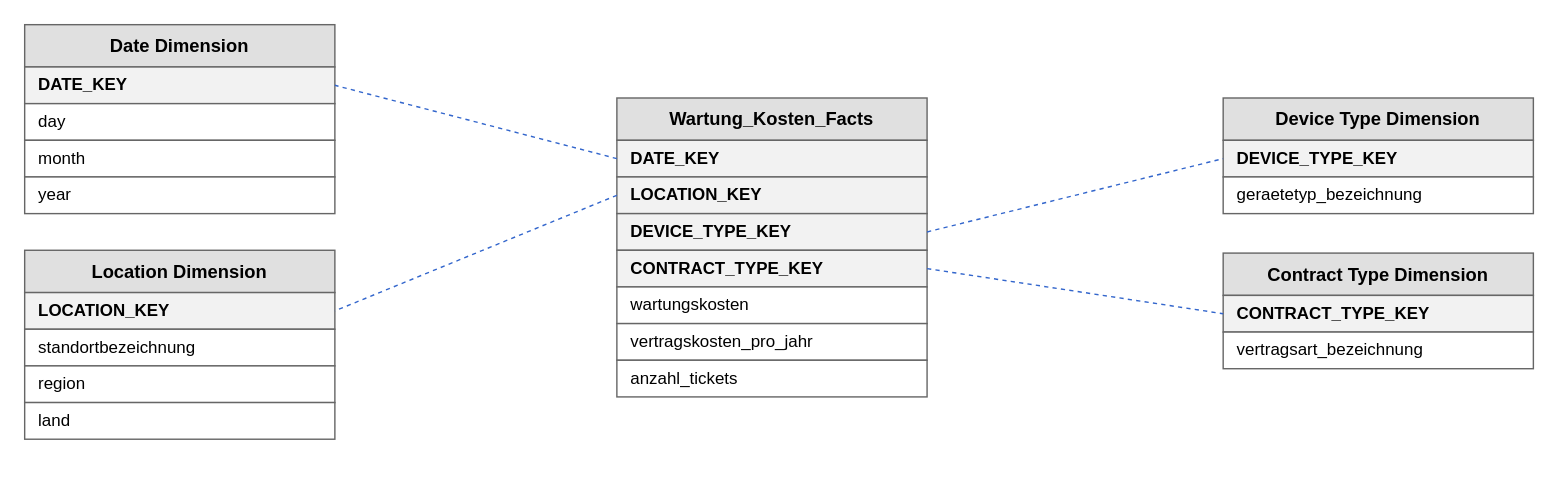
Earlier version of the draw.io diagram page "Star Schema - Wartungskosten" (2 of 2) of Dokumentation/star_schema_dwh.drawio (IchbinsTil/DVS). Source tidied: cells renumbered, new cells numbered last; positions are measured from the earlier drawing's top-left corner, leaving out a move shared by most shapes. Both pictures are drawn from the tidied source at 141%, with x=0, y=0 at pixel (24, 24).
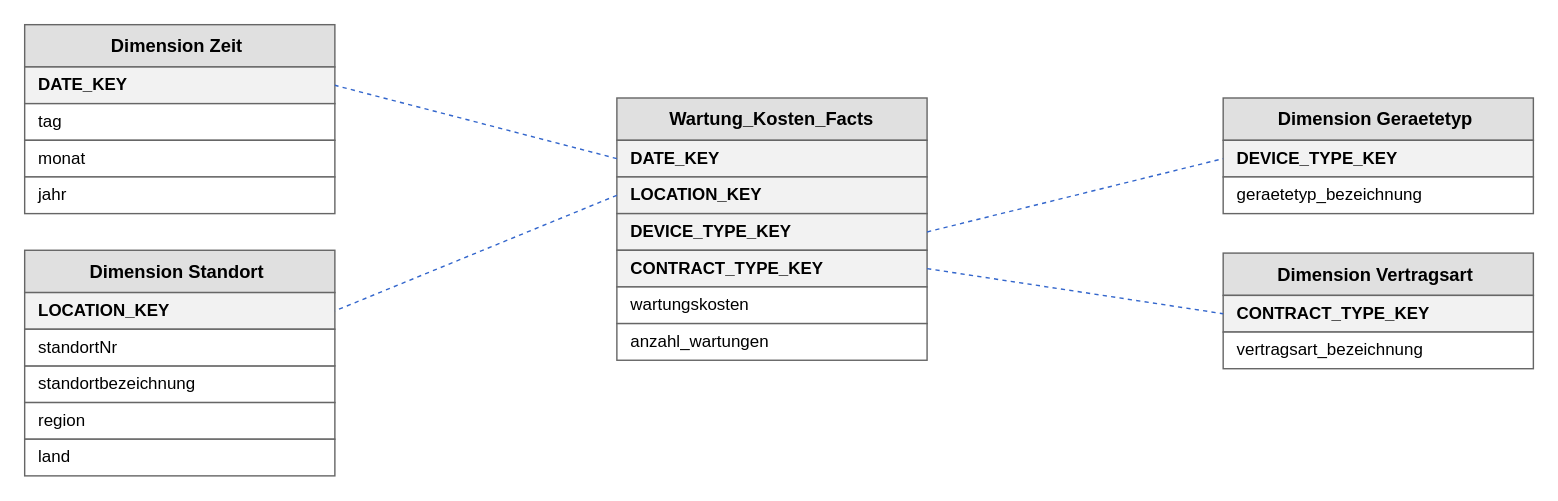
The same diagram, later.

Change to the diagram source:
```diff
@@
-    <mxCell id="8" value="vertragskosten_pro_jahr" style="rounded=0;whiteSpace=wrap;html=1;fillColor=#ffffff;strokeColor=#666666;fontSize=12;align=left;spacingLeft=8;" parent="1" vertex="1">
-      <mxGeometry x="420" y="212" width="220" height="26" as="geometry" />
-    </mxCell>
-    <mxCell id="9" value="anzahl_tickets" style="rounded=0;whiteSpace=wrap;html=1;fillColor=#ffffff;strokeColor=#666666;fontSize=12;align=left;spacingLeft=8;" parent="1" vertex="1">
-      <mxGeometry x="420" y="238" width="220" height="26" as="geometry" />
+    <mxCell id="9" value="anzahl_wartungen" style="rounded=0;whiteSpace=wrap;html=1;fillColor=#ffffff;strokeColor=#666666;fontSize=12;align=left;spacingLeft=8;" parent="1" vertex="1">
+      <mxGeometry x="420" y="212" width="220" height="26" as="geometry" />
     </mxCell>
-    <mxCell id="10" value="Date Dimension" style="rounded=0;whiteSpace=wrap;html=1;fillColor=#e0e0e0;strokeColor=#666666;fontStyle=1;fontSize=13;align=center;verticalAlign=middle;" parent="1" vertex="1">
+    <mxCell id="10" value="Dimension Zeit&amp;nbsp;" style="rounded=0;whiteSpace=wrap;html=1;fillColor=#e0e0e0;strokeColor=#666666;fontStyle=1;fontSize=13;align=center;verticalAlign=middle;" parent="1" vertex="1">
       <mxGeometry width="220" height="30" as="geometry" />
     </mxCell>
@@
-    <mxCell id="12" value="day" style="rounded=0;whiteSpace=wrap;html=1;fillColor=#ffffff;strokeColor=#666666;fontSize=12;align=left;spacingLeft=8;" parent="1" vertex="1">
+    <mxCell id="12" value="tag" style="rounded=0;whiteSpace=wrap;html=1;fillColor=#ffffff;strokeColor=#666666;fontSize=12;align=left;spacingLeft=8;" parent="1" vertex="1">
       <mxGeometry y="56" width="220" height="26" as="geometry" />
     </mxCell>
-    <mxCell id="13" value="month" style="rounded=0;whiteSpace=wrap;html=1;fillColor=#ffffff;strokeColor=#666666;fontSize=12;align=left;spacingLeft=8;" parent="1" vertex="1">
+    <mxCell id="13" value="monat" style="rounded=0;whiteSpace=wrap;html=1;fillColor=#ffffff;strokeColor=#666666;fontSize=12;align=left;spacingLeft=8;" parent="1" vertex="1">
       <mxGeometry y="82" width="220" height="26" as="geometry" />
     </mxCell>
-    <mxCell id="14" value="year" style="rounded=0;whiteSpace=wrap;html=1;fillColor=#ffffff;strokeColor=#666666;fontSize=12;align=left;spacingLeft=8;" parent="1" vertex="1">
+    <mxCell id="14" value="jahr" style="rounded=0;whiteSpace=wrap;html=1;fillColor=#ffffff;strokeColor=#666666;fontSize=12;align=left;spacingLeft=8;" parent="1" vertex="1">
       <mxGeometry y="108" width="220" height="26" as="geometry" />
     </mxCell>
-    <mxCell id="15" value="Location Dimension" style="rounded=0;whiteSpace=wrap;html=1;fillColor=#e0e0e0;strokeColor=#666666;fontStyle=1;fontSize=13;align=center;verticalAlign=middle;" parent="1" vertex="1">
+    <mxCell id="15" value="Dimension Standort&amp;nbsp;" style="rounded=0;whiteSpace=wrap;html=1;fillColor=#e0e0e0;strokeColor=#666666;fontStyle=1;fontSize=13;align=center;verticalAlign=middle;" parent="1" vertex="1">
       <mxGeometry y="160" width="220" height="30" as="geometry" />
     </mxCell>
@@
     <mxCell id="17" value="standortbezeichnung" style="rounded=0;whiteSpace=wrap;html=1;fillColor=#ffffff;strokeColor=#666666;fontSize=12;align=left;spacingLeft=8;" parent="1" vertex="1">
-      <mxGeometry y="216" width="220" height="26" as="geometry" />
+      <mxGeometry y="242" width="220" height="26" as="geometry" />
     </mxCell>
     <mxCell id="18" value="region" style="rounded=0;whiteSpace=wrap;html=1;fillColor=#ffffff;strokeColor=#666666;fontSize=12;align=left;spacingLeft=8;" parent="1" vertex="1">
-      <mxGeometry y="242" width="220" height="26" as="geometry" />
+      <mxGeometry y="268" width="220" height="26" as="geometry" />
     </mxCell>
     <mxCell id="19" value="land" style="rounded=0;whiteSpace=wrap;html=1;fillColor=#ffffff;strokeColor=#666666;fontSize=12;align=left;spacingLeft=8;" parent="1" vertex="1">
-      <mxGeometry y="268" width="220" height="26" as="geometry" />
+      <mxGeometry y="294" width="220" height="26" as="geometry" />
     </mxCell>
-    <mxCell id="20" value="Device Type Dimension" style="rounded=0;whiteSpace=wrap;html=1;fillColor=#e0e0e0;strokeColor=#666666;fontStyle=1;fontSize=13;align=center;verticalAlign=middle;" parent="1" vertex="1">
+    <mxCell id="20" value="Dimension Geraetetyp&amp;nbsp;" style="rounded=0;whiteSpace=wrap;html=1;fillColor=#e0e0e0;strokeColor=#666666;fontStyle=1;fontSize=13;align=center;verticalAlign=middle;" parent="1" vertex="1">
       <mxGeometry x="850" y="52" width="220" height="30" as="geometry" />
     </mxCell>
@@
-    <mxCell id="23" value="Contract Type Dimension" style="rounded=0;whiteSpace=wrap;html=1;fillColor=#e0e0e0;strokeColor=#666666;fontStyle=1;fontSize=13;align=center;verticalAlign=middle;" parent="1" vertex="1">
+    <mxCell id="23" value="Dimension Vertragsart&amp;nbsp;" style="rounded=0;whiteSpace=wrap;html=1;fillColor=#e0e0e0;strokeColor=#666666;fontStyle=1;fontSize=13;align=center;verticalAlign=middle;" parent="1" vertex="1">
       <mxGeometry x="850" y="162" width="220" height="30" as="geometry" />
     </mxCell>
@@
+    <mxCell id="30" value="standortNr" style="rounded=0;whiteSpace=wrap;html=1;fillColor=#ffffff;strokeColor=#666666;fontSize=12;align=left;spacingLeft=8;" parent="1" vertex="1">
+      <mxGeometry y="216" width="220" height="26" as="geometry" />
+    </mxCell>
```
